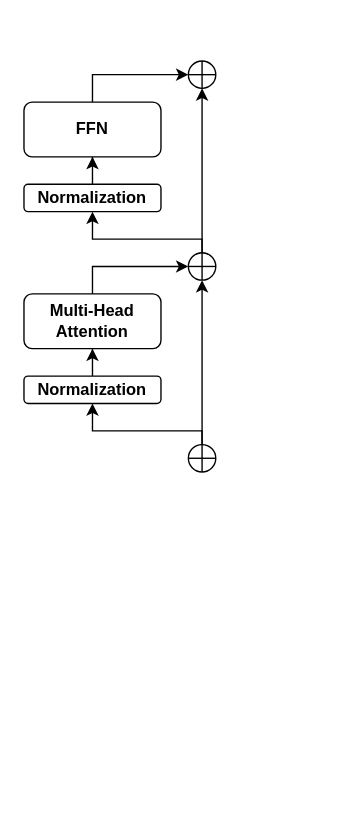
Earlier version of the draw.io diagram src/gptilt.drawio (gptilt/models). Source tidied: cells renumbered, new cells numbered last; positions are measured from the earlier drawing's top-left corner, leaving out a move shared by most shapes. Both pictures are drawn from the tidied source at 137%, with x=0, y=0 at pixel (23, 60).
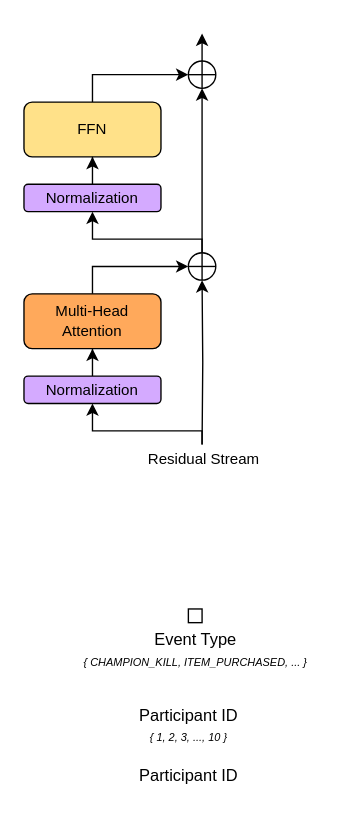
The same page after the edit.

Unchanged cells that the change refers to:
```xml
<mxCell id="5" style="verticalLabelPosition=bottom;verticalAlign=top;html=1;shape=mxgraph.flowchart.summing_function;fontStyle=0;" parent="1" vertex="1">
  <mxGeometry x="120" width="20" height="20" as="geometry" />
</mxCell>
<mxCell id="12" style="verticalLabelPosition=bottom;verticalAlign=top;html=1;shape=mxgraph.flowchart.summing_function;fontStyle=0;" parent="1" vertex="1">
  <mxGeometry x="120" y="140" width="20" height="20" as="geometry" />
</mxCell>
```

The edit, as a diff of the source:
```diff
@@
-    <mxCell id="2" value="&lt;b&gt;FFN&lt;/b&gt;" style="rounded=1;whiteSpace=wrap;html=1;" parent="1" vertex="1">
+    <mxCell id="2" value="&lt;span&gt;FFN&lt;/span&gt;" style="rounded=1;whiteSpace=wrap;html=1;fillColor=#FFE189;fontStyle=0;fontSize=11;" parent="1" vertex="1">
       <mxGeometry y="30" width="100" height="40" as="geometry" />
     </mxCell>
-    <mxCell id="3" style="edgeStyle=orthogonalEdgeStyle;rounded=0;jettySize=auto;html=1;" parent="1" edge="1" source="4" target="2">
+    <mxCell id="3" style="edgeStyle=orthogonalEdgeStyle;rounded=0;jettySize=auto;html=1;fontStyle=0;fontSize=11;" parent="1" edge="1" source="4" target="2">
       <mxGeometry relative="1" as="geometry" />
     </mxCell>
-    <mxCell id="4" value="Normalization" style="rounded=1;whiteSpace=wrap;html=1;fontStyle=1;" parent="1" vertex="1">
+    <mxCell id="4" value="Normalization" style="rounded=1;whiteSpace=wrap;html=1;fontStyle=0;fillColor=#D4AAFF;fontSize=11;" parent="1" vertex="1">
       <mxGeometry y="90" width="100" height="20" as="geometry" />
     </mxCell>
+    <mxCell id="17" style="edgeStyle=orthogonalEdgeStyle;rounded=0;jettySize=auto;html=1;" parent="1" edge="1" source="5">
+      <mxGeometry relative="1" as="geometry">
+        <mxPoint x="130" y="-20" as="targetPoint" />
+      </mxGeometry>
+    </mxCell>
@@
-    <mxCell id="6" style="edgeStyle=orthogonalEdgeStyle;rounded=0;jettySize=auto;html=1;" parent="1" edge="1" source="2" target="5">
+    <mxCell id="6" style="edgeStyle=orthogonalEdgeStyle;rounded=0;jettySize=auto;html=1;fontStyle=0;" parent="1" edge="1" source="2" target="5">
       <mxGeometry relative="1" as="geometry">
         <Array as="points">
           <mxPoint x="50" y="10" />
         </Array>
       </mxGeometry>
     </mxCell>
-    <mxCell id="7" style="edgeStyle=orthogonalEdgeStyle;rounded=0;jettySize=auto;html=1;" parent="1" edge="1" source="12" target="5">
+    <mxCell id="7" style="edgeStyle=orthogonalEdgeStyle;rounded=0;jettySize=auto;html=1;fontStyle=0;" parent="1" edge="1" source="12" target="5">
       <mxGeometry relative="1" as="geometry" />
     </mxCell>
-    <mxCell id="8" style="edgeStyle=orthogonalEdgeStyle;rounded=0;jettySize=auto;html=1;" parent="1" edge="1" source="12" target="4">
+    <mxCell id="8" style="edgeStyle=orthogonalEdgeStyle;rounded=0;jettySize=auto;html=1;fontStyle=0;" parent="1" edge="1" source="12" target="4">
       <mxGeometry relative="1" as="geometry">
         <Array as="points">
           <mxPoint x="130" y="130" />
           <mxPoint x="50" y="130" />
         </Array>
       </mxGeometry>
     </mxCell>
-    <mxCell id="9" value="&lt;b&gt;Multi-Head Attention&lt;/b&gt;" style="rounded=1;whiteSpace=wrap;html=1;" parent="1" vertex="1">
+    <mxCell id="9" value="&lt;span&gt;Multi-Head Attention&lt;/span&gt;" style="rounded=1;whiteSpace=wrap;html=1;fillColor=#FFA95B;fontStyle=0;fontSize=11;" parent="1" vertex="1">
       <mxGeometry y="170" width="100" height="40" as="geometry" />
     </mxCell>
-    <mxCell id="10" style="edgeStyle=orthogonalEdgeStyle;rounded=0;jettySize=auto;html=1;" parent="1" edge="1" source="11" target="9">
+    <mxCell id="10" style="edgeStyle=orthogonalEdgeStyle;rounded=0;jettySize=auto;html=1;fontStyle=0;fontSize=11;" parent="1" edge="1" source="11" target="9">
       <mxGeometry relative="1" as="geometry" />
     </mxCell>
-    <mxCell id="11" value="Normalization" style="rounded=1;whiteSpace=wrap;html=1;fontStyle=1;" parent="1" vertex="1">
+    <mxCell id="11" value="Normalization" style="rounded=1;whiteSpace=wrap;html=1;fontStyle=0;fillColor=#D4AAFF;fontSize=11;" parent="1" vertex="1">
       <mxGeometry y="230" width="100" height="20" as="geometry" />
     </mxCell>
@@
-    <mxCell id="13" style="edgeStyle=orthogonalEdgeStyle;rounded=0;jettySize=auto;html=1;" parent="1" edge="1" source="9" target="12">
+    <mxCell id="13" style="edgeStyle=orthogonalEdgeStyle;rounded=0;jettySize=auto;html=1;fontStyle=0;fontSize=11;" parent="1" edge="1" source="9" target="12">
       <mxGeometry relative="1" as="geometry">
         <Array as="points">
           <mxPoint x="50" y="150" />
         </Array>
       </mxGeometry>
     </mxCell>
-    <mxCell id="14" style="edgeStyle=orthogonalEdgeStyle;rounded=0;jettySize=auto;html=1;" parent="1" edge="1" source="16" target="12">
-      <mxGeometry relative="1" as="geometry" />
+    <mxCell id="14" style="edgeStyle=orthogonalEdgeStyle;rounded=0;jettySize=auto;html=1;fontStyle=0;" parent="1" edge="1" target="12">
+      <mxGeometry relative="1" as="geometry">
+        <mxPoint x="130" y="280" as="sourcePoint" />
+      </mxGeometry>
     </mxCell>
-    <mxCell id="15" style="edgeStyle=orthogonalEdgeStyle;rounded=0;jettySize=auto;html=1;" parent="1" edge="1" source="16" target="11">
+    <mxCell id="15" style="edgeStyle=orthogonalEdgeStyle;rounded=0;jettySize=auto;html=1;fontStyle=0;" parent="1" edge="1" target="11">
       <mxGeometry relative="1" as="geometry">
+        <mxPoint x="130" y="280" as="sourcePoint" />
         <Array as="points">
           <mxPoint x="130" y="270" />
           <mxPoint x="50" y="270" />
         </Array>
       </mxGeometry>
     </mxCell>
-    <mxCell id="16" style="verticalLabelPosition=bottom;verticalAlign=top;html=1;shape=mxgraph.flowchart.summing_function;fontStyle=0;" parent="1" vertex="1">
-      <mxGeometry x="120" y="280" width="20" height="20" as="geometry" />
-    </mxCell>
+    <mxCell id="18" value="Residual Stream" style="edgeLabel;html=1;align=center;verticalAlign=middle;" parent="15" vertex="1">
+      <mxGeometry x="-0.9" y="-1" relative="1" as="geometry">
+        <mxPoint x="-1" y="15" as="offset" />
+      </mxGeometry>
+    </mxCell>
+    <mxCell id="19" style="whiteSpace=wrap;html=1;" parent="1" vertex="1">
+      <mxGeometry x="120" y="400" width="10" height="10" as="geometry" />
+    </mxCell>
+    <mxCell id="20" value="Event Type&lt;div&gt;&lt;font style=&quot;font-size: 8px;&quot;&gt;&lt;i style=&quot;&quot;&gt;{ CHAMPION_KILL, ITEM_PURCHASED, ... }&lt;/i&gt;&lt;/font&gt;&lt;/div&gt;" style="text;html=1;align=center;verticalAlign=middle;strokeColor=none;fillColor=none;" parent="1" vertex="1">
+      <mxGeometry x="30" y="410" width="190" height="40" as="geometry" />
+    </mxCell>
+    <mxCell id="21" value="&lt;div&gt;Participant ID&lt;div&gt;&lt;font style=&quot;font-size: 8px;&quot;&gt;&lt;i&gt;{ 1, 2, 3, ..., 10 }&lt;/i&gt;&lt;/font&gt;&lt;/div&gt;&lt;/div&gt;" style="text;html=1;align=center;verticalAlign=middle;strokeColor=none;fillColor=none;" parent="1" vertex="1">
+      <mxGeometry x="70" y="465" width="100" height="40" as="geometry" />
+    </mxCell>
+    <mxCell id="22" value="Participant ID" style="text;html=1;align=center;verticalAlign=middle;strokeColor=none;fillColor=none;" parent="1" vertex="1">
+      <mxGeometry x="70" y="507" width="100" height="30" as="geometry" />
+    </mxCell>
```
